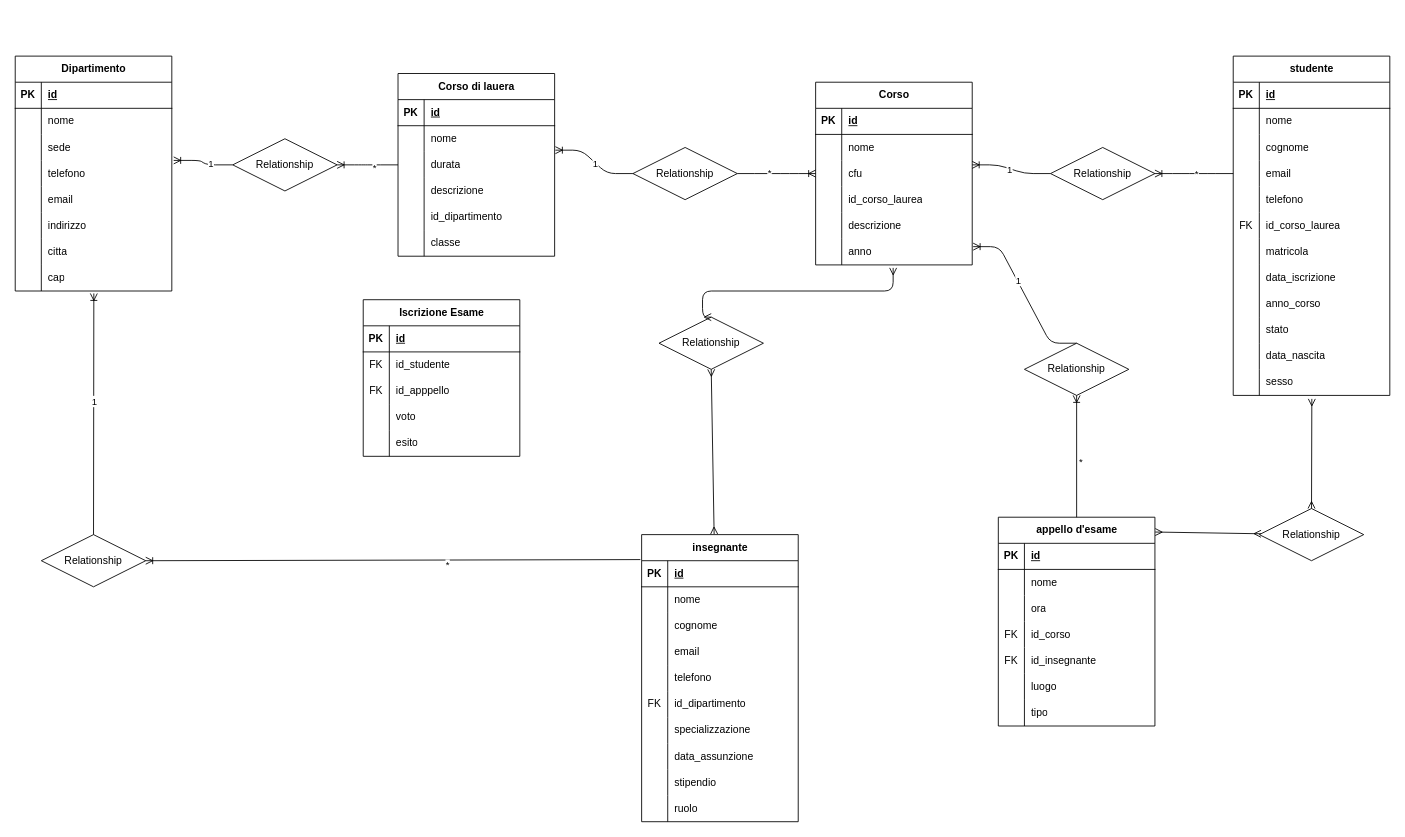
Earlier version of the draw.io diagram tabella.drawio (RodiglianoLorenzo/db-university). Source tidied: cells renumbered, new cells numbered last; positions are measured from the earlier drawing's top-left corner, leaving out a move shared by most shapes. Both pictures are drawn from the tidied source at 87%, with x=0, y=0 at pixel (15, 56).
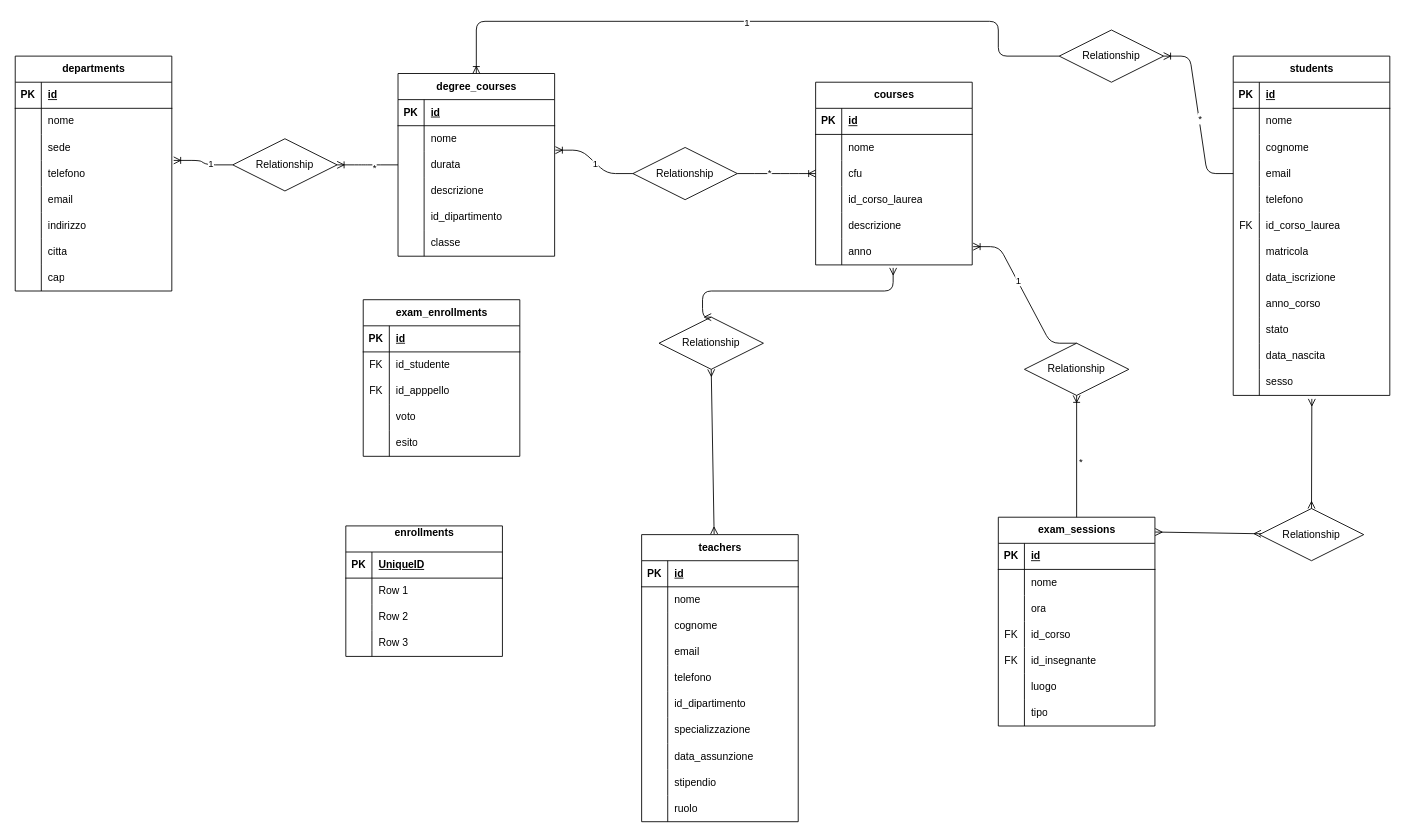
The same page after the edit.

Commit message:
refactor table names in diagram for consistency

The change refers to these unchanged cells:
```xml
<mxCell id="24" style="shape=tableRow;horizontal=0;startSize=0;swimlaneHead=0;swimlaneBody=0;fillColor=none;points=[[0,0.5],[1,0.5]];portConstraint=eastwest;top=0;left=0;right=0;bottom=0;" parent="2" vertex="1">
  <mxGeometry y="240" width="180" height="30" as="geometry" />
</mxCell>
<mxCell id="53" style="shape=tableRow;horizontal=0;startSize=0;swimlaneHead=0;swimlaneBody=0;fillColor=none;points=[[0,0.5],[1,0.5]];portConstraint=eastwest;top=0;left=0;right=0;bottom=0;" parent="46" vertex="1">
  <mxGeometry y="90" width="180" height="30" as="geometry" />
</mxCell>
<mxCell id="66" style="shape=tableRow;horizontal=0;startSize=0;swimlaneHead=0;swimlaneBody=0;fillColor=none;points=[[0,0.5],[1,0.5]];portConstraint=eastwest;top=0;left=0;right=0;bottom=1;" parent="65" vertex="1">
  <mxGeometry y="30" width="180" height="30" as="geometry" />
</mxCell>
<mxCell id="81" style="shape=tableRow;horizontal=0;startSize=0;swimlaneHead=0;swimlaneBody=0;fillColor=none;top=0;left=0;right=0;bottom=0;" parent="65" vertex="1">
  <mxGeometry y="180" width="180" height="30" as="geometry" />
</mxCell>
```

What changed in the source:
```diff
@@
-    <mxCell id="2" value="Dipartimento" style="shape=table;startSize=30;childLayout=tableLayout;rowLines=0;fontStyle=1;align=center;html=1;" parent="1" vertex="1">
+    <mxCell id="2" value="departments" style="shape=table;startSize=30;childLayout=tableLayout;rowLines=0;fontStyle=1;align=center;html=1;" parent="1" vertex="1">
       <mxGeometry width="180" height="270" as="geometry" />
     </mxCell>
@@
-    <mxCell id="27" value="Corso di lauera" style="shape=table;startSize=30;childLayout=tableLayout;rowLines=0;fontStyle=1;align=center;html=1;" parent="1" vertex="1">
+    <mxCell id="27" value="degree_courses" style="shape=table;startSize=30;childLayout=tableLayout;rowLines=0;fontStyle=1;align=center;html=1;" parent="1" vertex="1">
       <mxGeometry x="440" y="20" width="180" height="210" as="geometry" />
     </mxCell>
@@
-    <mxCell id="46" value="Corso" style="shape=table;startSize=30;childLayout=tableLayout;rowLines=0;fontStyle=1;align=center;html=1;" parent="1" vertex="1">
+    <mxCell id="46" value="courses" style="shape=table;startSize=30;childLayout=tableLayout;rowLines=0;fontStyle=1;align=center;html=1;" parent="1" vertex="1">
       <mxGeometry x="920" y="30" width="180" height="210" as="geometry" />
     </mxCell>
@@
-    <mxCell id="65" value="insegnante" style="shape=table;startSize=30;childLayout=tableLayout;rowLines=0;fontStyle=1;align=center;html=1;" parent="1" vertex="1">
+    <mxCell id="65" value="teachers" style="shape=table;startSize=30;childLayout=tableLayout;rowLines=0;fontStyle=1;align=center;html=1;" parent="1" vertex="1">
       <mxGeometry x="720" y="550" width="180" height="330" as="geometry" />
     </mxCell>
@@
-    <mxCell id="82" value="FK" style="shape=partialRectangle;fillColor=none;top=0;left=0;bottom=0;right=0;overflow=hidden;whiteSpace=wrap;html=1;" parent="81" vertex="1">
+    <mxCell id="82" style="shape=partialRectangle;fillColor=none;top=0;left=0;bottom=0;right=0;overflow=hidden;whiteSpace=wrap;html=1;" parent="81" vertex="1">
       <mxGeometry width="30" height="30" as="geometry" />
     </mxCell>
@@
-    <mxCell id="96" value="studente" style="shape=table;startSize=30;childLayout=tableLayout;rowLines=0;fontStyle=1;align=center;html=1;" parent="1" vertex="1">
+    <mxCell id="96" value="students" style="shape=table;startSize=30;childLayout=tableLayout;rowLines=0;fontStyle=1;align=center;html=1;" parent="1" vertex="1">
       <mxGeometry x="1400" width="180" height="390" as="geometry" />
     </mxCell>
@@
-    <mxCell id="133" value="appello d'esame" style="shape=table;startSize=30;childLayout=tableLayout;rowLines=0;fontStyle=1;align=center;html=1;" parent="1" vertex="1">
+    <mxCell id="133" value="exam_sessions" style="shape=table;startSize=30;childLayout=tableLayout;rowLines=0;fontStyle=1;align=center;html=1;" parent="1" vertex="1">
       <mxGeometry x="1130" y="530" width="180" height="240" as="geometry" />
     </mxCell>
@@
-    <mxCell id="155" value="Iscrizione Esame" style="shape=table;startSize=30;childLayout=tableLayout;rowLines=0;fontStyle=1;align=center;html=1;" parent="1" vertex="1">
+    <mxCell id="155" value="exam_enrollments" style="shape=table;startSize=30;childLayout=tableLayout;rowLines=0;fontStyle=1;align=center;html=1;" parent="1" vertex="1">
       <mxGeometry x="400" y="280" width="180" height="180" as="geometry" />
     </mxCell>
@@
     <mxCell id="177" value="Relationship" style="shape=rhombus;perimeter=rhombusPerimeter;whiteSpace=wrap;html=1;align=center;" parent="1" vertex="1">
-      <mxGeometry x="1190" y="105" width="120" height="60" as="geometry" />
+      <mxGeometry x="1200" y="-30" width="120" height="60" as="geometry" />
     </mxCell>
@@
-    <mxCell id="181" value="Relationship" style="shape=rhombus;perimeter=rhombusPerimeter;whiteSpace=wrap;html=1;align=center;" parent="1" vertex="1">
-      <mxGeometry x="30" y="550" width="120" height="60" as="geometry" />
-    </mxCell>
-    <mxCell id="182" style="fontSize=12;html=1;endArrow=ERoneToMany;exitX=0.5;exitY=0;exitDx=0;exitDy=0;entryX=0.502;entryY=1.094;entryDx=0;entryDy=0;entryPerimeter=0;" parent="1" edge="1" source="181" target="24">
-      <mxGeometry relative="1" as="geometry" />
-    </mxCell>
-    <mxCell id="183" value="1" style="edgeLabel;html=1;align=center;verticalAlign=middle;" parent="182" vertex="1">
-      <mxGeometry x="0.11" relative="1" as="geometry" />
-    </mxCell>
-    <mxCell id="184" style="fontSize=12;html=1;endArrow=ERoneToMany;entryX=1;entryY=0.5;entryDx=0;entryDy=0;exitX=-0.008;exitY=-0.043;exitDx=0;exitDy=0;exitPerimeter=0;" parent="1" edge="1" source="66" target="181">
-      <mxGeometry relative="1" as="geometry" />
-    </mxCell>
-    <mxCell id="185" value="*" style="edgeLabel;html=1;align=center;verticalAlign=middle;" parent="184" vertex="1">
-      <mxGeometry x="-0.22" y="5" relative="1" as="geometry" />
-    </mxCell>
@@
-    <mxCell id="194" style="edgeStyle=entityRelationEdgeStyle;fontSize=12;html=1;endArrow=ERoneToMany;entryX=1;entryY=0.167;entryDx=0;entryDy=0;entryPerimeter=0;exitX=0;exitY=0.5;exitDx=0;exitDy=0;" parent="1" edge="1" source="177" target="53">
-      <mxGeometry relative="1" as="geometry" />
+    <mxCell id="194" style="edgeStyle=orthogonalEdgeStyle;fontSize=12;html=1;endArrow=ERoneToMany;exitX=0;exitY=0.5;exitDx=0;exitDy=0;entryX=0.5;entryY=0;entryDx=0;entryDy=0;" parent="1" edge="1" source="177" target="27">
+      <mxGeometry relative="1" as="geometry">
+        <Array as="points">
+          <mxPoint x="1130" />
+          <mxPoint x="1130" y="-40" />
+          <mxPoint x="530" y="-40" />
+        </Array>
+      </mxGeometry>
     </mxCell>
@@
+    <mxCell id="202" value="enrollments&lt;div&gt;&lt;br&gt;&lt;/div&gt;" style="shape=table;startSize=30;childLayout=tableLayout;rowLines=0;fontStyle=1;align=center;html=1;" parent="1" vertex="1">
+      <mxGeometry x="380" y="540" width="180" height="150" as="geometry" />
+    </mxCell>
+    <mxCell id="203" style="shape=tableRow;horizontal=0;startSize=0;swimlaneHead=0;swimlaneBody=0;fillColor=none;top=0;left=0;right=0;bottom=1;" parent="202" vertex="1">
+      <mxGeometry y="30" width="180" height="30" as="geometry" />
+    </mxCell>
+    <mxCell id="204" value="PK" style="shape=partialRectangle;fillColor=none;top=0;left=0;bottom=0;right=0;fontStyle=1;overflow=hidden;whiteSpace=wrap;html=1;" parent="203" vertex="1">
+      <mxGeometry width="30" height="30" as="geometry" />
+    </mxCell>
+    <mxCell id="205" value="UniqueID" style="shape=partialRectangle;fillColor=none;top=0;left=0;bottom=0;right=0;align=left;spacingLeft=6;fontStyle=5;overflow=hidden;whiteSpace=wrap;html=1;" parent="203" vertex="1">
+      <mxGeometry x="30" width="150" height="30" as="geometry" />
+    </mxCell>
+    <mxCell id="206" style="shape=tableRow;horizontal=0;startSize=0;swimlaneHead=0;swimlaneBody=0;fillColor=none;top=0;left=0;right=0;bottom=0;" parent="202" vertex="1">
+      <mxGeometry y="60" width="180" height="30" as="geometry" />
+    </mxCell>
+    <mxCell id="207" style="shape=partialRectangle;fillColor=none;top=0;left=0;bottom=0;right=0;overflow=hidden;whiteSpace=wrap;html=1;" parent="206" vertex="1">
+      <mxGeometry width="30" height="30" as="geometry" />
+    </mxCell>
+    <mxCell id="208" value="Row 1" style="shape=partialRectangle;fillColor=none;top=0;left=0;bottom=0;right=0;align=left;spacingLeft=6;overflow=hidden;whiteSpace=wrap;html=1;" parent="206" vertex="1">
+      <mxGeometry x="30" width="150" height="30" as="geometry" />
+    </mxCell>
+    <mxCell id="209" style="shape=tableRow;horizontal=0;startSize=0;swimlaneHead=0;swimlaneBody=0;fillColor=none;top=0;left=0;right=0;bottom=0;" parent="202" vertex="1">
+      <mxGeometry y="90" width="180" height="30" as="geometry" />
+    </mxCell>
+    <mxCell id="210" style="shape=partialRectangle;fillColor=none;top=0;left=0;bottom=0;right=0;overflow=hidden;whiteSpace=wrap;html=1;" parent="209" vertex="1">
+      <mxGeometry width="30" height="30" as="geometry" />
+    </mxCell>
+    <mxCell id="211" value="Row 2" style="shape=partialRectangle;fillColor=none;top=0;left=0;bottom=0;right=0;align=left;spacingLeft=6;overflow=hidden;whiteSpace=wrap;html=1;" parent="209" vertex="1">
+      <mxGeometry x="30" width="150" height="30" as="geometry" />
+    </mxCell>
+    <mxCell id="212" style="shape=tableRow;horizontal=0;startSize=0;swimlaneHead=0;swimlaneBody=0;fillColor=none;top=0;left=0;right=0;bottom=0;" parent="202" vertex="1">
+      <mxGeometry y="120" width="180" height="30" as="geometry" />
+    </mxCell>
+    <mxCell id="213" style="shape=partialRectangle;fillColor=none;top=0;left=0;bottom=0;right=0;overflow=hidden;whiteSpace=wrap;html=1;" parent="212" vertex="1">
+      <mxGeometry width="30" height="30" as="geometry" />
+    </mxCell>
+    <mxCell id="214" value="Row 3" style="shape=partialRectangle;fillColor=none;top=0;left=0;bottom=0;right=0;align=left;spacingLeft=6;overflow=hidden;whiteSpace=wrap;html=1;" parent="212" vertex="1">
+      <mxGeometry x="30" width="150" height="30" as="geometry" />
+    </mxCell>
```
